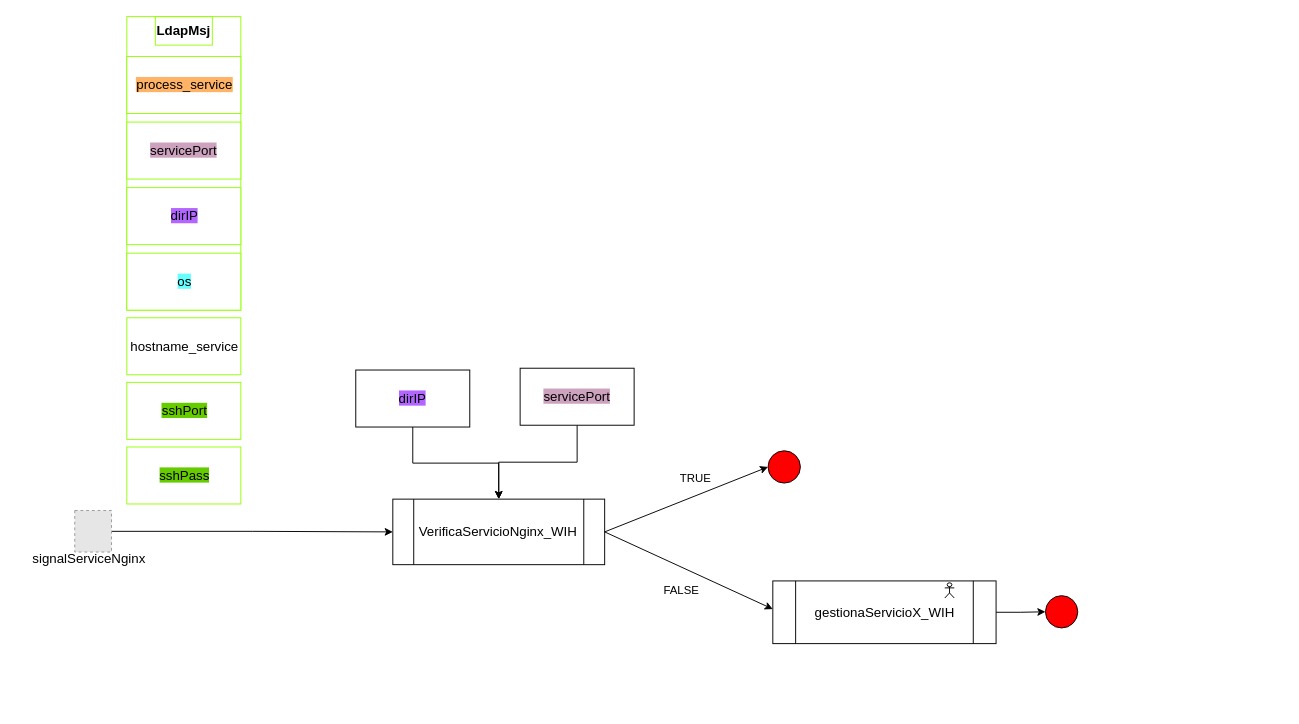
This is page "verificaServicioNginx" (3 of 4) of esquemaProcesos.drawio from MarianaReyesH/gestionRed, a draw.io file, before an edit. Source tidied: cells renumbered, new cells numbered last; positions are measured from the earlier drawing's top-left corner, leaving out a move shared by most shapes. Both pictures are drawn from the tidied source at 95%, with x=0, y=0 at pixel (16, 16). Pictures stored in the file or linked from it are replaced by grey dashed boxes.
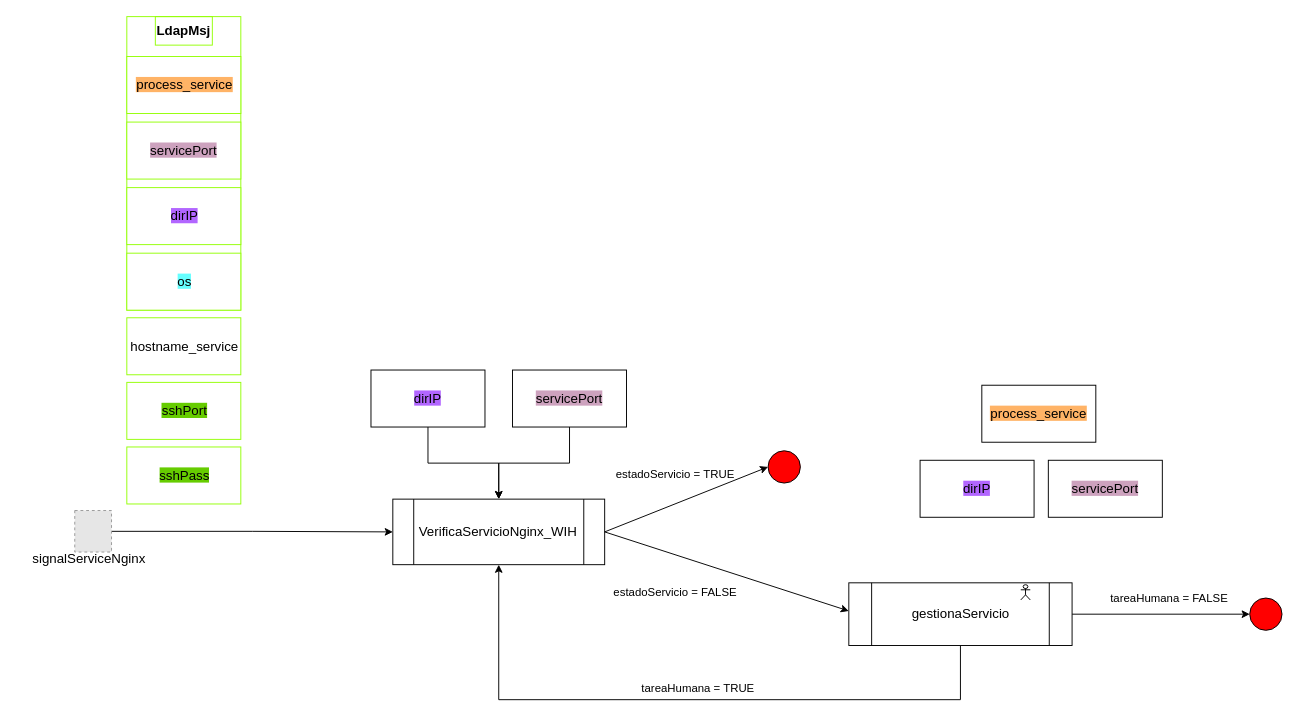
The same page after the edit.

Unchanged cells that the change refers to:
```xml
<mxCell id="5" value="&lt;font style=&quot;font-size: 14px;&quot;&gt;VerificaServicioNginx_WIH&lt;/font&gt;" style="shape=process;whiteSpace=wrap;html=1;backgroundOutline=1;" parent="1" vertex="1">
  <mxGeometry x="396" y="507.9" width="223" height="69" as="geometry" />
</mxCell>
```

The edit, as a diff of the source:
```diff
@@
     <mxCell id="17" value="&lt;span style=&quot;font-size: 14px; background-color: rgb(205, 162, 190);&quot;&gt;servicePort&lt;/span&gt;" style="rounded=0;whiteSpace=wrap;html=1;" parent="1" vertex="1">
-      <mxGeometry x="530" y="370.1" width="120" height="60" as="geometry" />
+      <mxGeometry x="522" y="372" width="120" height="60" as="geometry" />
     </mxCell>
@@
     <mxCell id="19" value="&lt;span style=&quot;font-size: 14px; background-color: rgb(178, 102, 255);&quot;&gt;dirIP&lt;/span&gt;" style="rounded=0;whiteSpace=wrap;html=1;" parent="1" vertex="1">
-      <mxGeometry x="357" y="372" width="120" height="60" as="geometry" />
+      <mxGeometry x="373" y="372" width="120" height="60" as="geometry" />
     </mxCell>
@@
-    <mxCell id="22" value="TRUE" style="text;html=1;align=center;verticalAlign=middle;whiteSpace=wrap;rounded=0;" parent="1" vertex="1">
-      <mxGeometry x="685" y="471" width="60" height="30" as="geometry" />
+    <mxCell id="22" value="tareaHumana = TRUE" style="text;html=1;align=center;verticalAlign=middle;whiteSpace=wrap;rounded=0;" parent="1" vertex="1">
+      <mxGeometry x="650" y="689" width="135" height="36" as="geometry" />
     </mxCell>
-    <mxCell id="23" value="FALSE" style="text;html=1;align=center;verticalAlign=middle;whiteSpace=wrap;rounded=0;" parent="1" vertex="1">
-      <mxGeometry x="670" y="589" width="60" height="30" as="geometry" />
-    </mxCell>
@@
+    <mxCell id="29" style="edgeStyle=orthogonalEdgeStyle;rounded=0;jettySize=auto;html=1;entryX=0.5;entryY=1;entryDx=0;entryDy=0;exitX=0.5;exitY=1;exitDx=0;exitDy=0;" parent="1" edge="1" source="25" target="5">
+      <mxGeometry relative="1" as="geometry">
+        <Array as="points">
+          <mxPoint x="994" y="719" />
+          <mxPoint x="508" y="719" />
+        </Array>
+      </mxGeometry>
+    </mxCell>
-    <mxCell id="25" value="&lt;font style=&quot;font-size: 14px;&quot;&gt;gestionaServicioX_WIH&lt;/font&gt;" style="shape=process;whiteSpace=wrap;html=1;backgroundOutline=1;" parent="1" vertex="1">
-      <mxGeometry x="796" y="594" width="235" height="66" as="geometry" />
+    <mxCell id="25" value="&lt;font style=&quot;font-size: 14px;&quot;&gt;gestionaServicio&lt;/font&gt;" style="shape=process;whiteSpace=wrap;html=1;backgroundOutline=1;" parent="1" vertex="1">
+      <mxGeometry x="876" y="596" width="235" height="66" as="geometry" />
     </mxCell>
     <mxCell id="26" style="shape=umlActor;verticalLabelPosition=bottom;verticalAlign=top;html=1;" parent="1" vertex="1">
-      <mxGeometry x="977" y="596" width="10" height="16" as="geometry" />
+      <mxGeometry x="1057" y="598" width="10" height="16" as="geometry" />
     </mxCell>
@@
     <mxCell id="28" style="ellipse;whiteSpace=wrap;html=1;fillColor=#FF0000;" parent="1" vertex="1">
-      <mxGeometry x="1083" y="609.5" width="34" height="34" as="geometry" />
+      <mxGeometry x="1298" y="612" width="34" height="34" as="geometry" />
     </mxCell>
+    <mxCell id="30" value="tareaHumana = FALSE" style="text;html=1;align=center;verticalAlign=middle;whiteSpace=wrap;rounded=0;" parent="1" vertex="1">
+      <mxGeometry x="1146" y="595" width="135" height="36" as="geometry" />
+    </mxCell>
+    <mxCell id="31" value="estadoServicio&amp;nbsp;= FALSE" style="text;html=1;align=center;verticalAlign=middle;whiteSpace=wrap;rounded=0;" parent="1" vertex="1">
+      <mxGeometry x="615" y="584.5" width="157" height="43" as="geometry" />
+    </mxCell>
+    <mxCell id="32" value="estadoServicio&amp;nbsp;= TRUE" style="text;html=1;align=center;verticalAlign=middle;whiteSpace=wrap;rounded=0;" parent="1" vertex="1">
+      <mxGeometry x="615" y="460" width="157" height="43" as="geometry" />
+    </mxCell>
+    <mxCell id="33" value="&lt;span style=&quot;font-size: 14px; background-color: rgb(205, 162, 190);&quot;&gt;servicePort&lt;/span&gt;" style="rounded=0;whiteSpace=wrap;html=1;" parent="1" vertex="1">
+      <mxGeometry x="1086" y="467" width="120" height="60" as="geometry" />
+    </mxCell>
+    <mxCell id="34" value="&lt;span style=&quot;font-size: 14px; background-color: rgb(178, 102, 255);&quot;&gt;dirIP&lt;/span&gt;" style="rounded=0;whiteSpace=wrap;html=1;" parent="1" vertex="1">
+      <mxGeometry x="951" y="467" width="120" height="60" as="geometry" />
+    </mxCell>
+    <mxCell id="35" value="&lt;span style=&quot;font-size: 14px; background-color: rgb(255, 179, 102);&quot;&gt;process_service&lt;/span&gt;" style="rounded=0;whiteSpace=wrap;html=1;" parent="1" vertex="1">
+      <mxGeometry x="1016" y="388" width="120" height="60" as="geometry" />
+    </mxCell>
```
